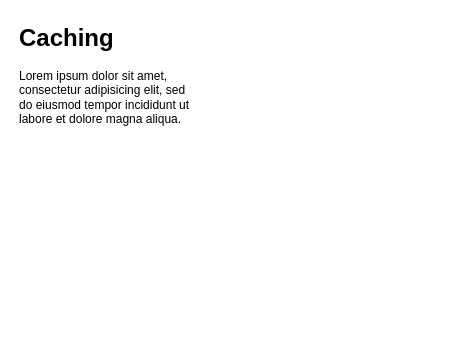
pyquinnnarlo/system-design keeps this draw.io diagram as System.drawio. Above is the earlier version. Source tidied: cells renumbered, new cells numbered last; positions are measured from the earlier drawing's top-left corner, leaving out a move shared by most shapes. Both pictures are drawn from the tidied source at 100%, with x=0, y=0 at pixel (17, 17).
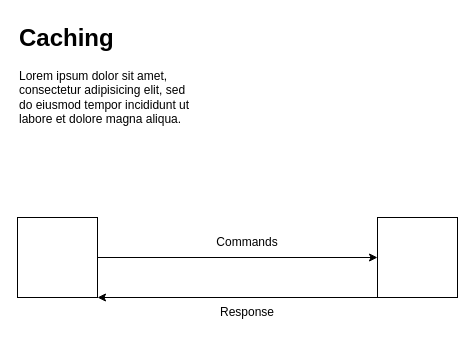
After the change.

Change to the diagram source:
```diff
@@
 <mxGraphModel>
   <root>
     <mxCell id="0" />
     <mxCell id="1" parent="0" />
     <mxCell id="2" value="&lt;h1 style=&quot;margin-top: 0px;&quot;&gt;Caching&lt;/h1&gt;&lt;p&gt;Lorem ipsum dolor sit amet, consectetur adipisicing elit, sed do eiusmod tempor incididunt ut labore et dolore magna aliqua.&lt;/p&gt;" style="text;html=1;whiteSpace=wrap;overflow=hidden;rounded=0;" parent="1" vertex="1">
       <mxGeometry width="180" height="120" as="geometry" />
     </mxCell>
+    <mxCell id="3" style="whiteSpace=wrap;html=1;" parent="1" vertex="1">
+      <mxGeometry y="200" width="80" height="80" as="geometry" />
+    </mxCell>
+    <mxCell id="4" style="whiteSpace=wrap;html=1;" parent="1" vertex="1">
+      <mxGeometry x="360" y="200" width="80" height="80" as="geometry" />
+    </mxCell>
+    <mxCell id="5" style="endArrow=classic;html=1;rounded=0;exitX=1;exitY=0.5;exitDx=0;exitDy=0;entryX=0;entryY=0.5;entryDx=0;entryDy=0;" parent="1" edge="1" source="3" target="4">
+      <mxGeometry relative="1" as="geometry" />
+    </mxCell>
+    <mxCell id="6" style="endArrow=classic;html=1;rounded=0;entryX=1;entryY=1;entryDx=0;entryDy=0;exitX=0;exitY=1;exitDx=0;exitDy=0;" parent="1" edge="1" source="4" target="3">
+      <mxGeometry relative="1" as="geometry" />
+    </mxCell>
+    <mxCell id="7" value="Commands" style="text;html=1;align=center;verticalAlign=middle;whiteSpace=wrap;rounded=0;" parent="1" vertex="1">
+      <mxGeometry x="200" y="210" width="60" height="30" as="geometry" />
+    </mxCell>
+    <mxCell id="8" value="Response" style="text;html=1;align=center;verticalAlign=middle;whiteSpace=wrap;rounded=0;" parent="1" vertex="1">
+      <mxGeometry x="200" y="280" width="60" height="30" as="geometry" />
+    </mxCell>
   </root>
 </mxGraphModel>
```
